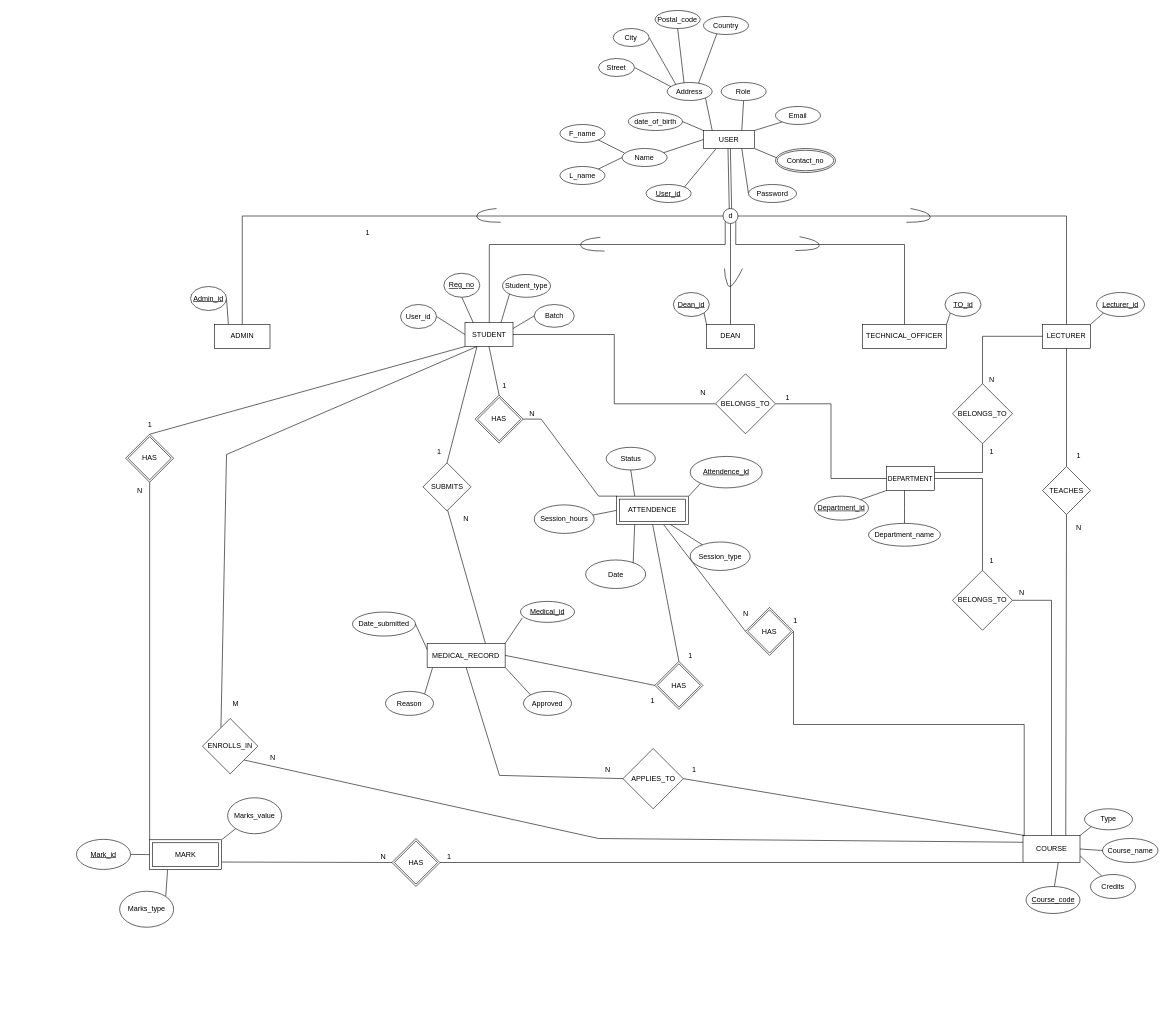
Before: page "Page-3" (2 of 2) of Updated EER and Mapping/EER and Mapping.drawio in dilusharadeeshan/Student-Management-System, a draw.io diagram. Source tidied: cells renumbered, new cells numbered last; positions are measured from the earlier drawing's top-left corner, leaving out a move shared by most shapes. Both pictures are drawn from the tidied source at 60%, with x=0, y=0 at pixel (76, 10).
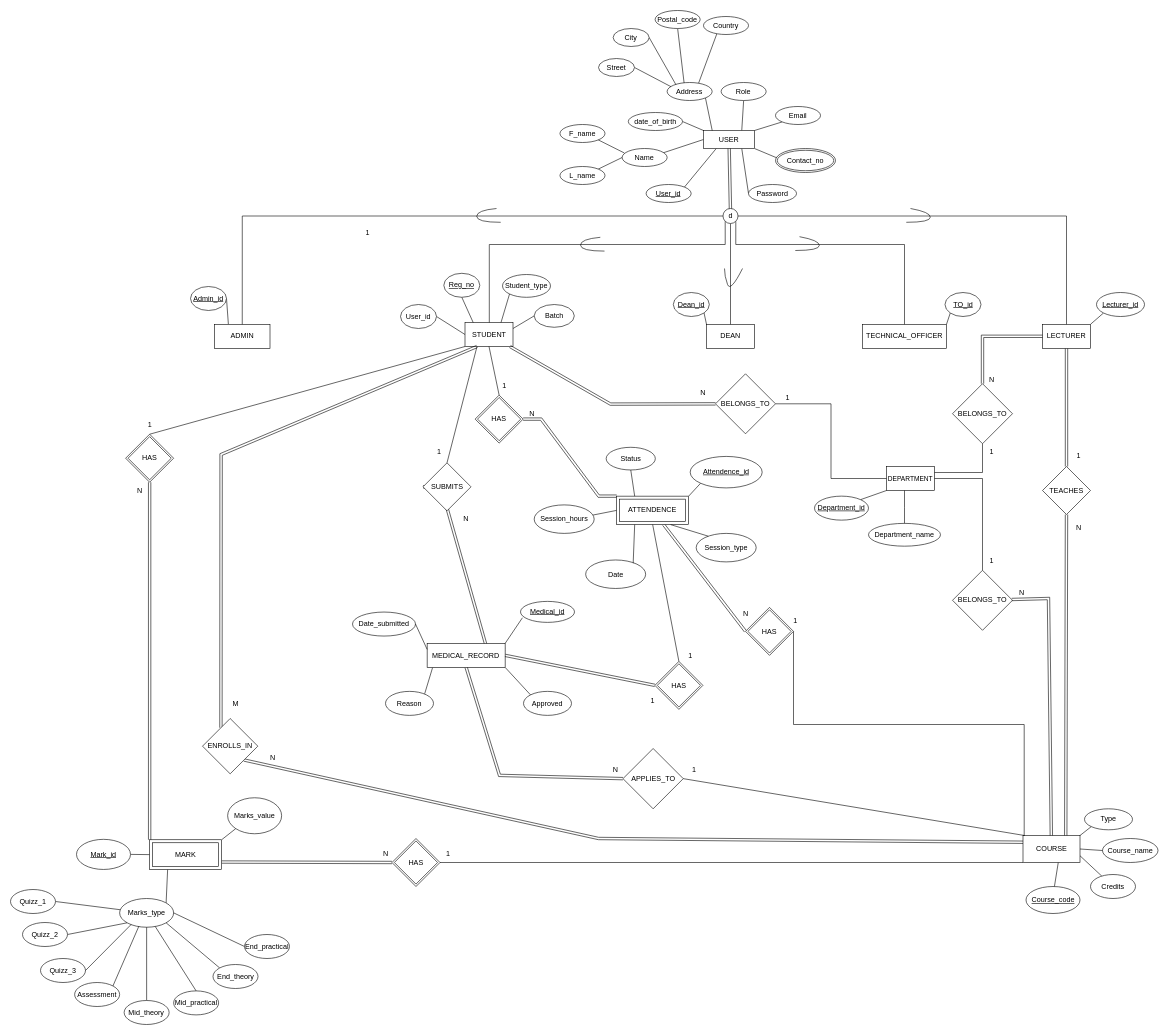
The same page after the edit.

The change refers to these unchanged cells:
```xml
<mxCell id="22" value="STUDENT" style="rounded=0;whiteSpace=wrap;html=1;strokeColor=default;strokeWidth=1;" parent="1" vertex="1">
  <mxGeometry x="647.5" y="520" width="80" height="40" as="geometry" />
</mxCell>
<mxCell id="25" value="LECTURER" style="rounded=0;whiteSpace=wrap;html=1;strokeColor=default;strokeWidth=1;" parent="1" vertex="1">
  <mxGeometry x="1610" y="523" width="80" height="40" as="geometry" />
</mxCell>
<mxCell id="35" value="COURSE" style="rounded=0;whiteSpace=wrap;html=1;strokeColor=default;strokeWidth=1;" parent="1" vertex="1">
  <mxGeometry x="1577.5" y="1375" width="95" height="45" as="geometry" />
</mxCell>
<mxCell id="41" value="ATTENDENCE" style="shape=ext;margin=3;double=1;whiteSpace=wrap;html=1;align=center;" parent="1" vertex="1">
  <mxGeometry x="900.3" y="809.4" width="120" height="47.5" as="geometry" />
</mxCell>
<mxCell id="45" value="MARK" style="shape=ext;margin=3;double=1;whiteSpace=wrap;html=1;align=center;" parent="1" vertex="1">
  <mxGeometry x="121.9" y="1382.1" width="120" height="49.5" as="geometry" />
</mxCell>
<mxCell id="48" value="MEDICAL_RECORD" style="rounded=0;whiteSpace=wrap;html=1;strokeColor=default;strokeWidth=1;" parent="1" vertex="1">
  <mxGeometry x="584.4" y="1054.8" width="130" height="40" as="geometry" />
</mxCell>
<mxCell id="68" value="HAS" style="shape=rhombus;double=1;perimeter=rhombusPerimeter;whiteSpace=wrap;html=1;align=center;" parent="1" vertex="1">
  <mxGeometry x="525.8" y="1380" width="80" height="80" as="geometry" />
</mxCell>
<mxCell id="70" value="ENROLLS_IN" style="rhombus;whiteSpace=wrap;html=1;strokeColor=default;strokeWidth=1;" parent="1" vertex="1">
  <mxGeometry x="210" y="1180" width="92.2" height="92.2" as="geometry" />
</mxCell>
<mxCell id="73" value="HAS" style="shape=rhombus;double=1;perimeter=rhombusPerimeter;whiteSpace=wrap;html=1;align=center;" parent="1" vertex="1">
  <mxGeometry x="81.9" y="706.2" width="80" height="80" as="geometry" />
</mxCell>
<mxCell id="75" value="APPLIES_TO" style="rhombus;whiteSpace=wrap;html=1;strokeColor=default;strokeWidth=1;" parent="1" vertex="1">
  <mxGeometry x="910.8" y="1230" width="100.5" height="100.5" as="geometry" />
</mxCell>
<mxCell id="77" value="TEACHES" style="rhombus;whiteSpace=wrap;html=1;strokeColor=default;strokeWidth=1;" parent="1" vertex="1">
  <mxGeometry x="1610" y="760" width="80" height="80" as="geometry" />
</mxCell>
<mxCell id="81" value="HAS" style="shape=rhombus;double=1;perimeter=rhombusPerimeter;whiteSpace=wrap;html=1;align=center;" parent="1" vertex="1">
  <mxGeometry x="664.4" y="641" width="80" height="80" as="geometry" />
</mxCell>
<mxCell id="83" value="SUBMITS" style="rhombus;whiteSpace=wrap;html=1;strokeColor=default;strokeWidth=1;" parent="1" vertex="1">
  <mxGeometry x="577.5" y="753.9" width="80" height="80" as="geometry" />
</mxCell>
<mxCell id="85" value="HAS" style="shape=rhombus;double=1;perimeter=rhombusPerimeter;whiteSpace=wrap;html=1;align=center;" parent="1" vertex="1">
  <mxGeometry x="1115" y="994.8" width="80" height="80" as="geometry" />
</mxCell>
<mxCell id="137" value="HAS" style="shape=rhombus;double=1;perimeter=rhombusPerimeter;whiteSpace=wrap;html=1;align=center;" parent="1" vertex="1">
  <mxGeometry x="964" y="1084.8" width="80" height="80" as="geometry" />
</mxCell>
<mxCell id="147" value="BELONGS_TO" style="rhombus;whiteSpace=wrap;html=1;strokeColor=default;strokeWidth=1;" parent="1" vertex="1">
  <mxGeometry x="1460" y="933" width="100" height="100" as="geometry" />
</mxCell>
<mxCell id="150" value="BELONGS_TO" style="rhombus;whiteSpace=wrap;html=1;strokeColor=default;strokeWidth=1;" parent="1" vertex="1">
  <mxGeometry x="1460" y="622" width="100" height="100" as="geometry" />
</mxCell>
<mxCell id="153" value="BELONGS_TO" style="rhombus;whiteSpace=wrap;html=1;strokeColor=default;strokeWidth=1;" parent="1" vertex="1">
  <mxGeometry x="1065" y="605.5" width="100" height="100" as="geometry" />
</mxCell>
```

The edit, as a diff of the source:
```diff
@@
-    <mxCell id="17" style="rounded=0;jettySize=auto;html=1;exitX=1;exitY=1;exitDx=0;exitDy=0;entryX=0;entryY=0.25;entryDx=0;entryDy=0;endArrow=none;startFill=0;strokeColor=default;strokeWidth=1;" parent="1" edge="1" source="70" target="35">
+    <mxCell id="17" style="rounded=0;jettySize=auto;html=1;exitX=1;exitY=1;exitDx=0;exitDy=0;entryX=0;entryY=0.25;entryDx=0;entryDy=0;endArrow=none;startFill=0;strokeColor=default;strokeWidth=1;shape=link;" parent="1" edge="1" source="70" target="35">
       <mxGeometry relative="1" as="geometry">
         <Array as="points">
           <mxPoint x="870" y="1380" />
         </Array>
       </mxGeometry>
     </mxCell>
-    <mxCell id="18" style="edgeStyle=entityRelationEdgeStyle;rounded=0;jettySize=auto;html=1;exitX=1;exitY=0.5;exitDx=0;exitDy=0;entryX=0;entryY=0;entryDx=0;entryDy=0;endArrow=none;startFill=0;strokeColor=default;strokeWidth=1;" parent="1" edge="1" source="81" target="41">
+    <mxCell id="18" style="edgeStyle=entityRelationEdgeStyle;rounded=0;jettySize=auto;html=1;exitX=1;exitY=0.5;exitDx=0;exitDy=0;entryX=0;entryY=0;entryDx=0;entryDy=0;endArrow=none;startFill=0;strokeColor=default;strokeWidth=1;shape=link;" parent="1" edge="1" source="81" target="41">
       <mxGeometry relative="1" as="geometry" />
     </mxCell>
@@
-    <mxCell id="20" style="edgeStyle=entityRelationEdgeStyle;rounded=0;jettySize=auto;html=1;exitX=0;exitY=0.5;exitDx=0;exitDy=0;entryX=1;entryY=0.25;entryDx=0;entryDy=0;endArrow=none;startFill=0;strokeColor=default;strokeWidth=1;" parent="1" edge="1" source="83" target="48">
+    <mxCell id="20" style="edgeStyle=entityRelationEdgeStyle;rounded=0;jettySize=auto;html=1;exitX=0;exitY=0.5;exitDx=0;exitDy=0;entryX=1;entryY=0.25;entryDx=0;entryDy=0;endArrow=none;startFill=0;strokeColor=default;strokeWidth=1;shape=link;" parent="1" edge="1" source="83" target="48">
       <mxGeometry relative="1" as="geometry" />
     </mxCell>
@@
-    <mxCell id="23" style="rounded=0;jettySize=auto;html=1;exitX=0.5;exitY=1;exitDx=0;exitDy=0;entryX=0.5;entryY=0;entryDx=0;entryDy=0;endArrow=none;startFill=0;strokeColor=default;strokeWidth=1;" parent="1" edge="1" source="25" target="77">
+    <mxCell id="23" style="rounded=0;jettySize=auto;html=1;exitX=0.5;exitY=1;exitDx=0;exitDy=0;entryX=0.5;entryY=0;entryDx=0;entryDy=0;endArrow=none;startFill=0;strokeColor=default;strokeWidth=1;shape=link;" parent="1" edge="1" source="25" target="77">
       <mxGeometry relative="1" as="geometry" />
     </mxCell>
@@
-    <mxCell id="32" style="rounded=0;jettySize=auto;html=1;exitX=0;exitY=0.5;exitDx=0;exitDy=0;endArrow=none;startFill=0;strokeColor=default;strokeWidth=1;" parent="1" edge="1" source="85" target="41">
+    <mxCell id="32" style="rounded=0;jettySize=auto;html=1;exitX=0;exitY=0.5;exitDx=0;exitDy=0;endArrow=none;startFill=0;strokeColor=default;strokeWidth=1;shape=link;" parent="1" edge="1" source="85" target="41">
       <mxGeometry relative="1" as="geometry" />
     </mxCell>
-    <mxCell id="33" style="rounded=0;jettySize=auto;html=1;exitX=0;exitY=0.5;exitDx=0;exitDy=0;entryX=1;entryY=0.75;entryDx=0;entryDy=0;endArrow=none;startFill=0;strokeColor=default;strokeWidth=1;" parent="1" edge="1" source="68" target="45">
+    <mxCell id="33" style="rounded=0;jettySize=auto;html=1;exitX=0;exitY=0.5;exitDx=0;exitDy=0;entryX=1;entryY=0.75;entryDx=0;entryDy=0;endArrow=none;startFill=0;strokeColor=default;strokeWidth=1;shape=link;" parent="1" edge="1" source="68" target="45">
       <mxGeometry relative="1" as="geometry" />
     </mxCell>
-    <mxCell id="34" style="rounded=0;jettySize=auto;html=1;exitX=0;exitY=0.5;exitDx=0;exitDy=0;entryX=0.5;entryY=1;entryDx=0;entryDy=0;endArrow=none;startFill=0;strokeColor=default;strokeWidth=1;" parent="1" edge="1" source="75" target="48">
+    <mxCell id="34" style="rounded=0;jettySize=auto;html=1;exitX=0;exitY=0.5;exitDx=0;exitDy=0;entryX=0.5;entryY=1;entryDx=0;entryDy=0;endArrow=none;startFill=0;strokeColor=default;strokeWidth=1;shape=link;" parent="1" edge="1" source="75" target="48">
       <mxGeometry relative="1" as="geometry">
         <Array as="points">
           <mxPoint x="705" y="1274.8" />
         </Array>
       </mxGeometry>
     </mxCell>
@@
     <mxCell id="47" value="Marks_type" style="ellipse;whiteSpace=wrap;html=1;strokeColor=default;strokeWidth=1;" parent="1" vertex="1">
-      <mxGeometry x="71.9" y="1467.9" width="90" height="60" as="geometry" />
+      <mxGeometry x="71.9" y="1480" width="90" height="47.9" as="geometry" />
     </mxCell>
@@
-    <mxCell id="69" style="rounded=0;jettySize=auto;html=1;exitX=0.25;exitY=1;exitDx=0;exitDy=0;entryX=0.25;entryY=0;entryDx=0;entryDy=0;endArrow=none;startFill=0;strokeColor=default;strokeWidth=1;" parent="1" edge="1" source="22" target="70">
+    <mxCell id="69" style="rounded=0;jettySize=auto;html=1;exitX=0.25;exitY=1;exitDx=0;exitDy=0;entryX=0.25;entryY=0;entryDx=0;entryDy=0;endArrow=none;startFill=0;strokeColor=default;strokeWidth=1;shape=link;" parent="1" edge="1" source="22" target="70">
       <mxGeometry relative="1" as="geometry">
         <Array as="points">
-          <mxPoint x="250" y="740" />
+          <mxPoint x="241" y="740" />
         </Array>
       </mxGeometry>
     </mxCell>
@@
-    <mxCell id="72" style="rounded=0;jettySize=auto;html=1;exitX=0.5;exitY=1;exitDx=0;exitDy=0;entryX=0;entryY=0;entryDx=0;entryDy=0;endArrow=none;endFill=1;startFill=0;strokeColor=default;strokeWidth=1;" parent="1" edge="1" source="73" target="45">
+    <mxCell id="72" style="rounded=0;jettySize=auto;html=1;exitX=0.5;exitY=1;exitDx=0;exitDy=0;entryX=0;entryY=0;entryDx=0;entryDy=0;endArrow=none;endFill=1;startFill=0;strokeColor=default;strokeWidth=1;shape=link;" parent="1" edge="1" source="73" target="45">
       <mxGeometry relative="1" as="geometry" />
     </mxCell>
@@
-    <mxCell id="76" style="rounded=0;jettySize=auto;html=1;entryX=0.75;entryY=0;entryDx=0;entryDy=0;endArrow=none;startFill=0;exitX=0.5;exitY=1;exitDx=0;exitDy=0;strokeColor=default;strokeWidth=1;" parent="1" edge="1" source="77" target="35">
+    <mxCell id="76" style="rounded=0;jettySize=auto;html=1;entryX=0.75;entryY=0;entryDx=0;entryDy=0;endArrow=none;startFill=0;exitX=0.5;exitY=1;exitDx=0;exitDy=0;strokeColor=default;strokeWidth=1;shape=link;" parent="1" edge="1" source="77" target="35">
       <mxGeometry relative="1" as="geometry" />
     </mxCell>
@@
     <mxCell id="91" value="Session_type" style="ellipse;whiteSpace=wrap;html=1;strokeColor=default;strokeWidth=1;" parent="1" vertex="1">
-      <mxGeometry x="1022.8" y="885.8" width="100" height="47.5" as="geometry" />
+      <mxGeometry x="1032.8" y="871.5" width="100" height="47.5" as="geometry" />
     </mxCell>
@@
     <mxCell id="124" value="1" style="text;html=1;align=center;verticalAlign=middle;strokeColor=none;fillColor=none;" parent="1" vertex="1">
-      <mxGeometry x="605.5" y="1395.5" width="30" height="30" as="geometry" />
+      <mxGeometry x="604.4" y="1390" width="30" height="30" as="geometry" />
     </mxCell>
     <mxCell id="125" value="N" style="text;html=1;align=center;verticalAlign=middle;strokeColor=none;fillColor=none;" parent="1" vertex="1">
-      <mxGeometry x="495.8" y="1395.5" width="30" height="30" as="geometry" />
+      <mxGeometry x="500" y="1390" width="30" height="30" as="geometry" />
     </mxCell>
@@
     <mxCell id="127" value="N" style="text;html=1;align=center;verticalAlign=middle;strokeColor=none;fillColor=none;" parent="1" vertex="1">
-      <mxGeometry x="870" y="1250" width="30" height="30" as="geometry" />
+      <mxGeometry x="882.8" y="1250" width="30" height="30" as="geometry" />
     </mxCell>
@@
-    <mxCell id="136" style="edgeStyle=none;curved=1;rounded=0;jettySize=auto;html=1;exitX=0;exitY=0.5;exitDx=0;exitDy=0;entryX=1;entryY=0.5;entryDx=0;entryDy=0;fontSize=12;startSize=8;endSize=8;endArrow=none;endFill=0;" parent="1" edge="1" source="137" target="48">
+    <mxCell id="136" style="edgeStyle=none;curved=1;rounded=0;jettySize=auto;html=1;exitX=0;exitY=0.5;exitDx=0;exitDy=0;entryX=1;entryY=0.5;entryDx=0;entryDy=0;fontSize=12;endArrow=none;endFill=0;shape=link;" parent="1" edge="1" source="137" target="48">
       <mxGeometry relative="1" as="geometry" />
     </mxCell>
@@
-    <mxCell id="149" style="edgeStyle=orthogonalEdgeStyle;rounded=0;jettySize=auto;html=1;exitX=0.5;exitY=0;exitDx=0;exitDy=0;exitPerimeter=0;entryX=0;entryY=0.5;entryDx=0;entryDy=0;endArrow=none;endFill=0;" parent="1" edge="1" source="150" target="25">
-      <mxGeometry relative="1" as="geometry" />
+    <mxCell id="149" style="shape=link;html=1;rounded=0;" parent="1" edge="1" source="150" target="25">
+      <mxGeometry relative="1" as="geometry">
+        <Array as="points">
+          <mxPoint x="1510" y="543" />
+        </Array>
+      </mxGeometry>
     </mxCell>
@@
-    <mxCell id="152" style="edgeStyle=orthogonalEdgeStyle;rounded=0;jettySize=auto;html=1;exitX=0;exitY=0.5;exitDx=0;exitDy=0;exitPerimeter=0;entryX=1;entryY=0.5;entryDx=0;entryDy=0;endArrow=none;endFill=0;" parent="1" edge="1" source="153" target="22">
-      <mxGeometry relative="1" as="geometry" />
+    <mxCell id="152" style="shape=link;html=1;rounded=0;" parent="1" edge="1" source="153" target="22">
+      <mxGeometry relative="1" as="geometry">
+        <Array as="points">
+          <mxPoint x="890" y="656" />
+        </Array>
+      </mxGeometry>
     </mxCell>
@@
-    <mxCell id="154" style="edgeStyle=orthogonalEdgeStyle;rounded=0;jettySize=auto;html=1;exitX=1;exitY=0.5;exitDx=0;exitDy=0;exitPerimeter=0;entryX=0.5;entryY=0;entryDx=0;entryDy=0;endArrow=none;endFill=0;" parent="1" edge="1" source="147" target="35">
-      <mxGeometry relative="1" as="geometry" />
+    <mxCell id="154" style="shape=link;html=1;rounded=0;" parent="1" edge="1" source="147" target="35">
+      <mxGeometry relative="1" as="geometry">
+        <Array as="points">
+          <mxPoint x="1620" y="980" />
+        </Array>
+      </mxGeometry>
     </mxCell>
@@
+    <mxCell id="166" style="rounded=0;jettySize=auto;html=1;exitX=1;exitY=0.5;exitDx=0;exitDy=0;endArrow=none;endFill=0;" parent="1" edge="1" source="167" target="47">
+      <mxGeometry relative="1" as="geometry" />
+    </mxCell>
+    <mxCell id="167" value="Quizz_1" style="ellipse;whiteSpace=wrap;html=1;strokeColor=default;strokeWidth=1;" parent="1" vertex="1">
+      <mxGeometry x="-110" y="1465" width="75" height="40" as="geometry" />
+    </mxCell>
+    <mxCell id="168" style="rounded=0;jettySize=auto;html=1;exitX=1;exitY=0.5;exitDx=0;exitDy=0;entryX=0;entryY=1;entryDx=0;entryDy=0;endArrow=none;endFill=0;" parent="1" edge="1" source="169" target="47">
+      <mxGeometry relative="1" as="geometry" />
+    </mxCell>
+    <mxCell id="169" value="Quizz_2" style="ellipse;whiteSpace=wrap;html=1;strokeColor=default;strokeWidth=1;" parent="1" vertex="1">
+      <mxGeometry x="-90" y="1520" width="75" height="40" as="geometry" />
+    </mxCell>
+    <mxCell id="170" value="Quizz_3" style="ellipse;whiteSpace=wrap;html=1;strokeColor=default;strokeWidth=1;" parent="1" vertex="1">
+      <mxGeometry x="-60" y="1580" width="75" height="40" as="geometry" />
+    </mxCell>
+    <mxCell id="171" style="rounded=0;jettySize=auto;html=1;exitX=1;exitY=0;exitDx=0;exitDy=0;entryX=0.356;entryY=0.965;entryDx=0;entryDy=0;endArrow=none;endFill=0;entryPerimeter=0;" parent="1" edge="1" source="172" target="47">
+      <mxGeometry relative="1" as="geometry" />
+    </mxCell>
+    <mxCell id="172" value="Assessment" style="ellipse;whiteSpace=wrap;html=1;strokeColor=default;strokeWidth=1;" parent="1" vertex="1">
+      <mxGeometry x="-3.1" y="1620" width="75" height="40" as="geometry" />
+    </mxCell>
+    <mxCell id="173" style="rounded=0;jettySize=auto;html=1;exitX=0;exitY=0;exitDx=0;exitDy=0;entryX=1;entryY=1;entryDx=0;entryDy=0;endArrow=none;endFill=0;" parent="1" edge="1" source="174" target="47">
+      <mxGeometry relative="1" as="geometry" />
+    </mxCell>
+    <mxCell id="174" value="End_theory" style="ellipse;whiteSpace=wrap;html=1;strokeColor=default;strokeWidth=1;" parent="1" vertex="1">
+      <mxGeometry x="227.5" y="1590" width="75" height="40" as="geometry" />
+    </mxCell>
+    <mxCell id="175" style="rounded=0;jettySize=auto;html=1;exitX=0;exitY=0.5;exitDx=0;exitDy=0;entryX=1;entryY=0.5;entryDx=0;entryDy=0;endArrow=none;endFill=0;" parent="1" edge="1" source="176" target="47">
+      <mxGeometry relative="1" as="geometry" />
+    </mxCell>
+    <mxCell id="176" value="End_practical" style="ellipse;whiteSpace=wrap;html=1;strokeColor=default;strokeWidth=1;" parent="1" vertex="1">
+      <mxGeometry x="280" y="1540" width="75" height="40" as="geometry" />
+    </mxCell>
+    <mxCell id="177" style="rounded=0;jettySize=auto;html=1;exitX=0.5;exitY=0;exitDx=0;exitDy=0;endArrow=none;endFill=0;" parent="1" edge="1" source="178" target="47">
+      <mxGeometry relative="1" as="geometry" />
+    </mxCell>
+    <mxCell id="178" value="Mid_practical" style="ellipse;whiteSpace=wrap;html=1;strokeColor=default;strokeWidth=1;" parent="1" vertex="1">
+      <mxGeometry x="161.9" y="1634" width="75" height="40" as="geometry" />
+    </mxCell>
+    <mxCell id="179" style="rounded=0;jettySize=auto;html=1;exitX=0.5;exitY=0;exitDx=0;exitDy=0;endArrow=none;endFill=0;" parent="1" edge="1" source="180" target="47">
+      <mxGeometry relative="1" as="geometry" />
+    </mxCell>
+    <mxCell id="180" value="Mid_theory" style="ellipse;whiteSpace=wrap;html=1;strokeColor=default;strokeWidth=1;" parent="1" vertex="1">
+      <mxGeometry x="79.4" y="1650" width="75" height="40" as="geometry" />
+    </mxCell>
+    <mxCell id="181" style="rounded=0;jettySize=auto;html=1;exitX=1;exitY=0.5;exitDx=0;exitDy=0;entryX=0.218;entryY=0.895;entryDx=0;entryDy=0;entryPerimeter=0;endArrow=none;endFill=0;" parent="1" edge="1" source="170" target="47">
+      <mxGeometry relative="1" as="geometry" />
+    </mxCell>
```
